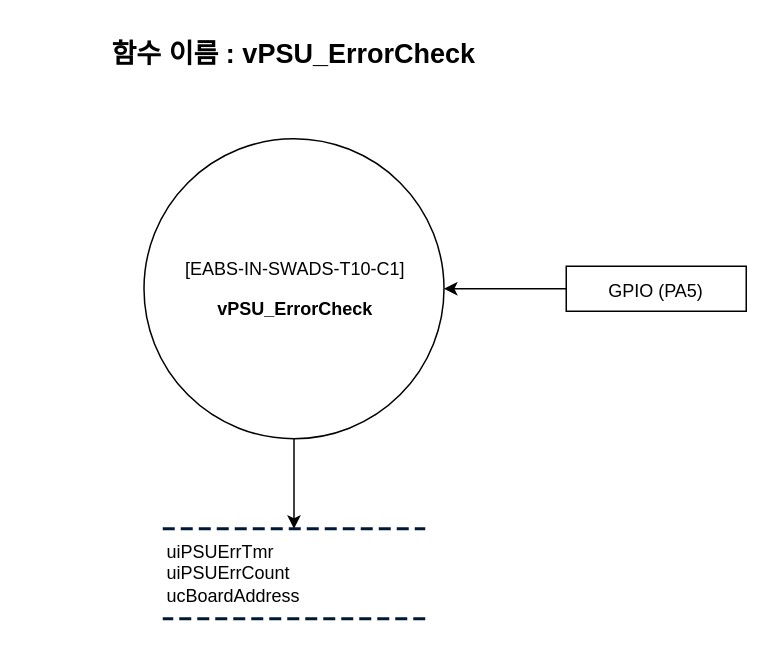
Before: page "EABS-IN-SWF10" (10 of 10) of EABS/Document_Pack/Design/INPUT/FlowChart/INPUT SW Data Flow Diagram.drawio.xml in chillin2/MyDraw.io, a draw.io diagram. Source tidied: cells renumbered, new cells numbered last; positions are measured from the earlier drawing's top-left corner, leaving out a move shared by most shapes. Both pictures are drawn from the tidied source at 150%, with x=0, y=0 at pixel (26, 33).
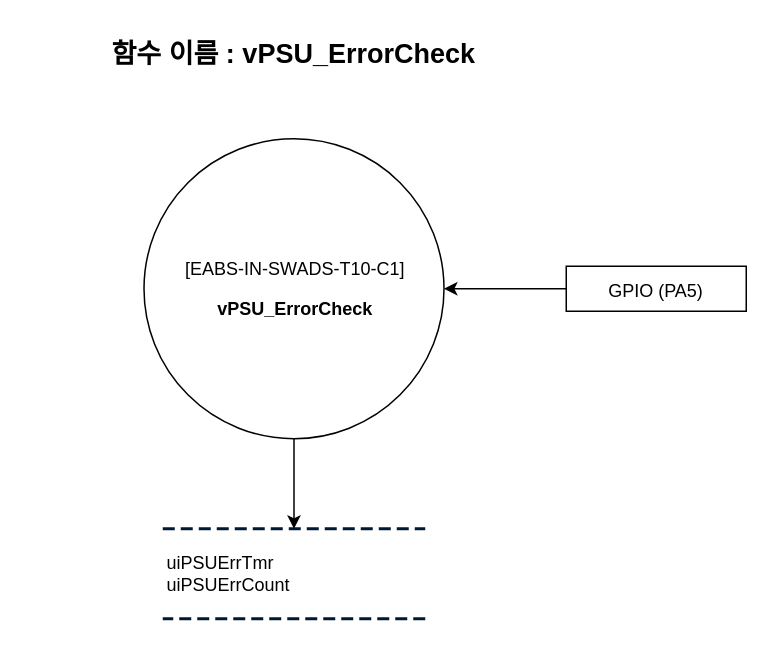
The same page after the edit.

Diff of the diagram source:
```diff
@@
 <mxGraphModel>
   <root>
     <mxCell id="0" />
     <mxCell id="1" parent="0" />
     <mxCell id="2" value="&lt;p style=&quot;line-height: 120%; word-break: keep-all;&quot; class=&quot;0&quot;&gt;&lt;font style=&quot;font-size: 18px;&quot;&gt;&lt;b style=&quot;&quot;&gt;&lt;span style=&quot;letter-spacing: 0pt;&quot; lang=&quot;EN-US&quot;&gt;함수 이름 :&amp;nbsp;&lt;/span&gt;&lt;/b&gt;&lt;/font&gt;&lt;span style=&quot;letter-spacing: 0pt; background-color: initial;&quot;&gt;&lt;font style=&quot;font-size: 18px;&quot;&gt;&lt;b&gt;vPSU_ErrorCheck&lt;/b&gt;&lt;/font&gt;&lt;/span&gt;&lt;/p&gt;&lt;div class=&quot;hwp_editor_board_content&quot; id=&quot;hwpEditorBoardContent&quot;&gt;&lt;/div&gt;&lt;div class=&quot;hwp_editor_board_content&quot; id=&quot;hwpEditorBoardContent&quot;&gt;&lt;/div&gt;&lt;div class=&quot;hwp_editor_board_content&quot; id=&quot;hwpEditorBoardContent&quot;&gt;&lt;/div&gt;&lt;div class=&quot;hwp_editor_board_content&quot; id=&quot;hwpEditorBoardContent&quot;&gt;&lt;/div&gt;&lt;div class=&quot;hwp_editor_board_content&quot; id=&quot;hwpEditorBoardContent&quot;&gt;&lt;/div&gt;&lt;div class=&quot;hwp_editor_board_content&quot; id=&quot;hwpEditorBoardContent&quot;&gt;&lt;/div&gt;&lt;div class=&quot;hwp_editor_board_content&quot; id=&quot;hwpEditorBoardContent&quot;&gt;&lt;/div&gt;&lt;div class=&quot;hwp_editor_board_content&quot; id=&quot;hwpEditorBoardContent&quot;&gt;&lt;/div&gt;&lt;div class=&quot;hwp_editor_board_content&quot; id=&quot;hwpEditorBoardContent&quot;&gt;&lt;/div&gt;&lt;div class=&quot;hwp_editor_board_content&quot; id=&quot;hwpEditorBoardContent&quot;&gt;&lt;/div&gt;" style="text;html=1;strokeColor=none;fillColor=none;align=center;verticalAlign=middle;whiteSpace=wrap;rounded=0;" parent="1" vertex="1">
       <mxGeometry width="357" height="30" as="geometry" />
     </mxCell>
     <mxCell id="3" value="&lt;p style=&quot;line-height:120%;mso-pagination:none;text-autospace:none;mso-padding-alt:0pt 0pt 0pt 0pt;&quot; class=&quot;0&quot;&gt;&lt;span style=&quot;mso-fareast-font-family:맑은 고딕;mso-font-width:100%;letter-spacing:0pt;mso-text-raise:0pt;&quot; lang=&quot;EN-US&quot;&gt;[EABS-IN-&lt;/span&gt;&lt;span style=&quot;letter-spacing: 0pt; background-color: initial;&quot;&gt;SWADS-T10-C1]&lt;/span&gt;&lt;/p&gt;&lt;p style=&quot;line-height:120%;mso-pagination:none;text-autospace:none;mso-padding-alt:0pt 0pt 0pt 0pt;&quot; class=&quot;0&quot;&gt;&lt;/p&gt;&lt;div class=&quot;hwp_editor_board_content&quot; id=&quot;hwpEditorBoardContent&quot;&gt;&lt;/div&gt;&lt;p&gt;&lt;/p&gt;&lt;p style=&quot;mso-pagination:none;text-autospace:none;mso-padding-alt:0pt 0pt 0pt 0pt;&quot; class=&quot;0&quot;&gt;&lt;span style=&quot;mso-fareast-font-family:맑은 고딕;mso-font-width:100%;letter-spacing:0pt;mso-text-raise:0pt;&quot; lang=&quot;EN-US&quot;&gt;&lt;b&gt;vPSU_ErrorCheck&lt;/b&gt;&lt;/span&gt;&lt;/p&gt;&lt;div class=&quot;hwp_editor_board_content&quot; id=&quot;hwpEditorBoardContent&quot;&gt;&lt;/div&gt;" style="shape=ellipse;html=1;dashed=0;whitespace=wrap;perimeter=ellipsePerimeter;" parent="1" vertex="1">
       <mxGeometry x="78.5" y="70" width="200" height="200" as="geometry" />
     </mxCell>
-    <mxCell id="4" value="uiPSUErrTmr&lt;br&gt;uiPSUErrCount&lt;br&gt;ucBoardAddress" style="html=1;dashed=1;whitespace=wrap;shape=partialRectangle;right=0;left=0;strokeColor=#001933;strokeWidth=2;align=left;" parent="1" vertex="1">
+    <mxCell id="4" value="uiPSUErrTmr&lt;br&gt;uiPSUErrCount" style="html=1;dashed=1;whitespace=wrap;shape=partialRectangle;right=0;left=0;strokeColor=#001933;strokeWidth=2;align=left;" parent="1" vertex="1">
       <mxGeometry x="92" y="330" width="173" height="60" as="geometry" />
     </mxCell>
     <mxCell id="5" style="endArrow=classic;html=1;rounded=0;fontSize=18;exitX=0.5;exitY=1;exitDx=0;exitDy=0;entryX=0.5;entryY=0;entryDx=0;entryDy=0;" parent="1" edge="1" source="3" target="4">
       <mxGeometry relative="1" as="geometry" />
     </mxCell>
     <mxCell id="6" value="&lt;span style=&quot;font-size: 12px;&quot;&gt;GPIO (PA5)&lt;/span&gt;" style="rounded=0;whiteSpace=wrap;html=1;fontFamily=Helvetica;fontSize=18;" parent="1" vertex="1">
       <mxGeometry x="360" y="155" width="120" height="30" as="geometry" />
     </mxCell>
     <mxCell id="7" style="endArrow=classic;html=1;rounded=0;fontSize=18;entryX=1;entryY=0.5;entryDx=0;entryDy=0;exitX=0;exitY=0.5;exitDx=0;exitDy=0;" parent="1" edge="1" source="6" target="3">
       <mxGeometry relative="1" as="geometry" />
     </mxCell>
   </root>
 </mxGraphModel>
```
